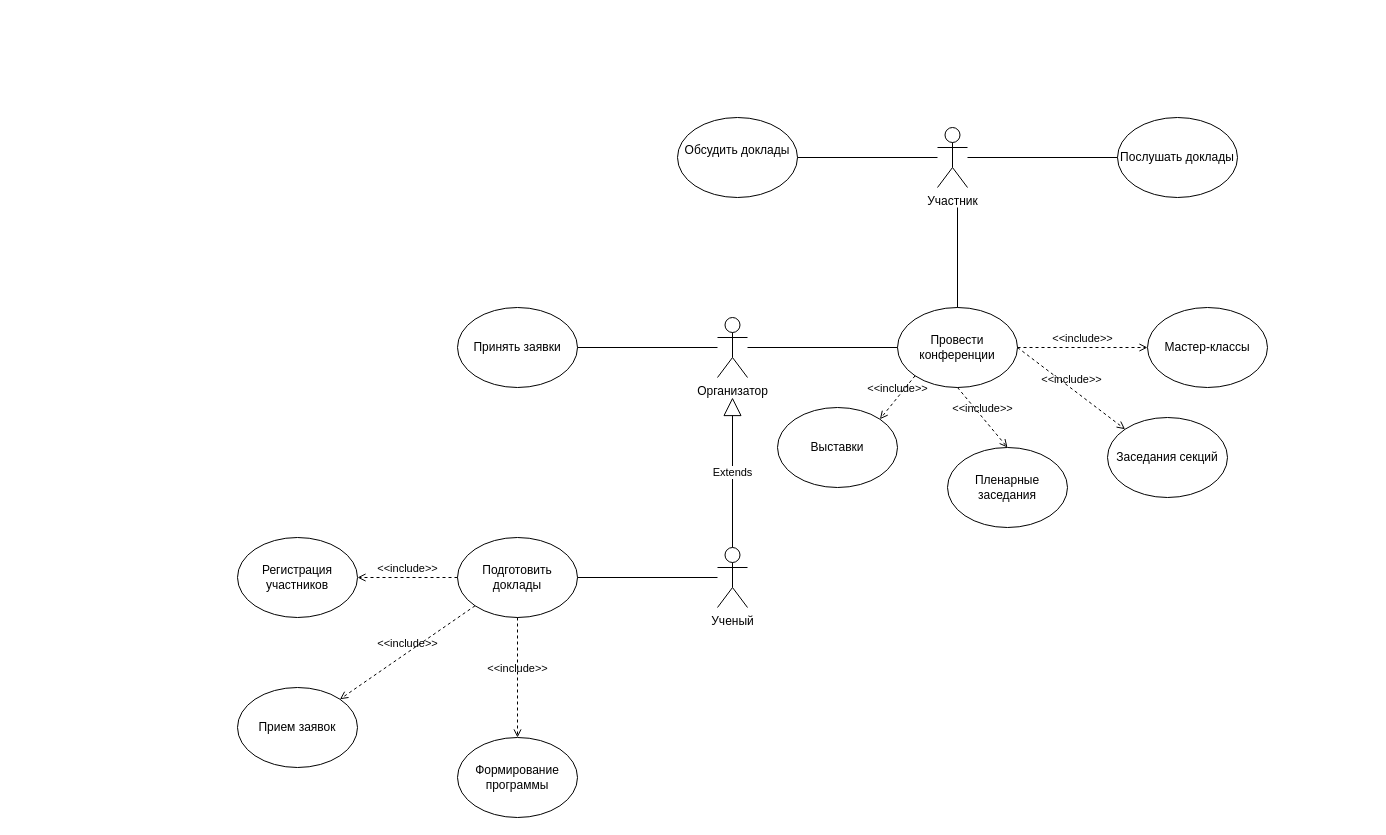
Before: Диаграмма без названия.drawio in makatom15/scientific-conference-, a draw.io diagram. Source tidied: cells renumbered, new cells numbered last; positions are measured from the earlier drawing's top-left corner, leaving out a move shared by most shapes. Both pictures are drawn from the tidied source at 100%, with x=0, y=0 at pixel (237, 117).
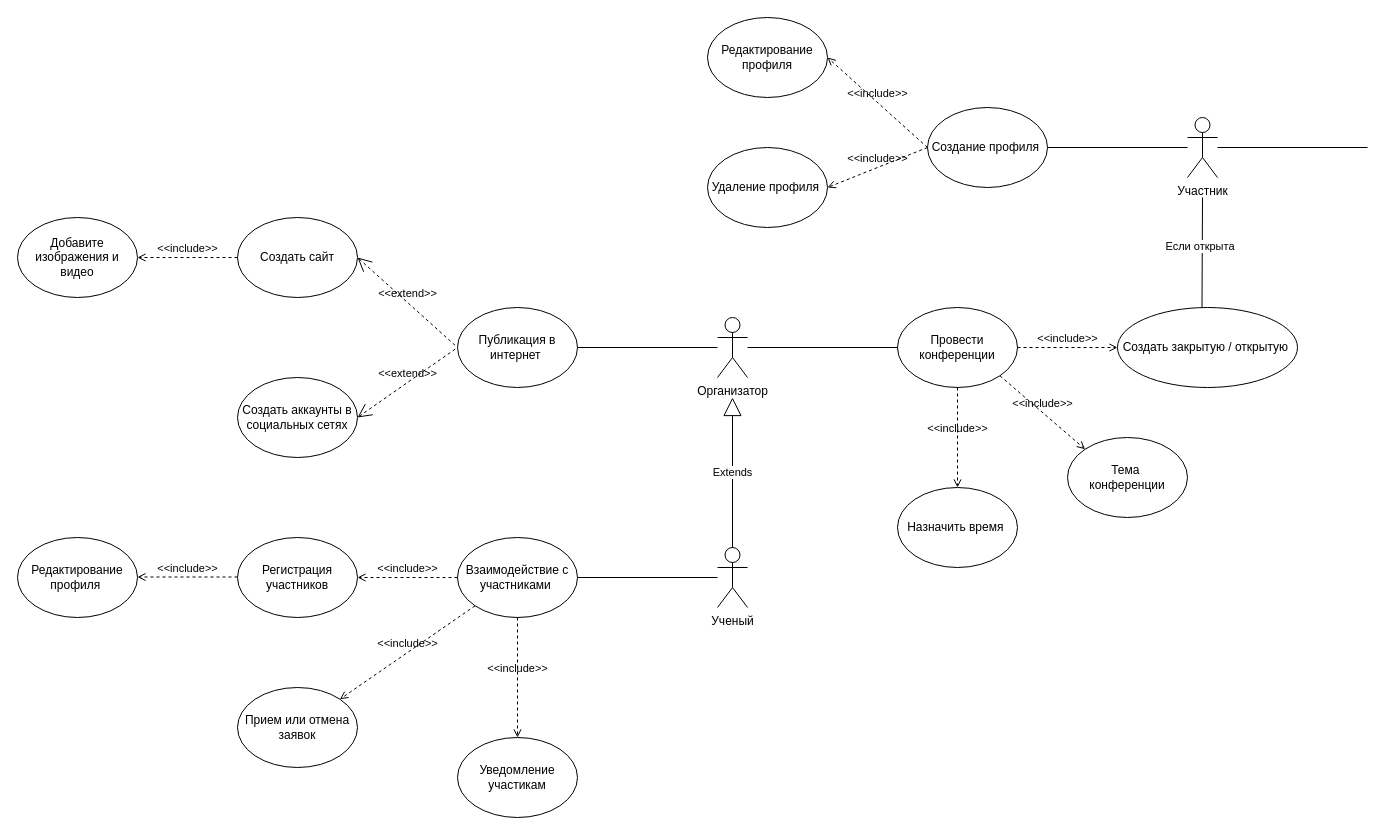
Above is the later version.

The change refers to these unchanged cells:
```xml
<mxCell id="3" value="Организатор" style="shape=umlActor;verticalLabelPosition=bottom;verticalAlign=top;html=1;outlineConnect=0;" parent="1" vertex="1">
  <mxGeometry x="480" y="200" width="30" height="60" as="geometry" />
</mxCell>
<mxCell id="8" value="Провести конференции" style="ellipse;whiteSpace=wrap;html=1;" parent="1" vertex="1">
  <mxGeometry x="660" y="190" width="120" height="80" as="geometry" />
</mxCell>
```

The edit, as a diff of the source:
```diff
@@
-    <mxCell id="4" value="Подготовить доклады" style="ellipse;whiteSpace=wrap;html=1;" parent="1" vertex="1">
+    <mxCell id="4" value="Взаимодействие с участниками&amp;nbsp;" style="ellipse;whiteSpace=wrap;html=1;" parent="1" vertex="1">
       <mxGeometry x="220" y="420" width="120" height="80" as="geometry" />
     </mxCell>
@@
-    <mxCell id="6" value="Принять заявки" style="ellipse;whiteSpace=wrap;html=1;" parent="1" vertex="1">
-      <mxGeometry x="220" y="190" width="120" height="80" as="geometry" />
-    </mxCell>
-    <mxCell id="7" style="endArrow=none;html=1;rounded=0;exitX=1;exitY=0.5;exitDx=0;exitDy=0;" parent="1" edge="1" source="6" target="3">
-      <mxGeometry relative="1" as="geometry" />
+    <mxCell id="7" style="endArrow=none;html=1;rounded=0;exitX=1;exitY=0.5;exitDx=0;exitDy=0;" parent="1" edge="1" target="3">
+      <mxGeometry relative="1" as="geometry">
+        <mxPoint x="340" y="230" as="sourcePoint" />
+      </mxGeometry>
     </mxCell>
@@
     <mxCell id="10" value="Участник" style="shape=umlActor;verticalLabelPosition=bottom;verticalAlign=top;html=1;outlineConnect=0;" parent="1" vertex="1">
-      <mxGeometry x="700" y="10" width="30" height="60" as="geometry" />
+      <mxGeometry x="950" width="30" height="60" as="geometry" />
     </mxCell>
-    <mxCell id="11" value="Послушать доклады" style="ellipse;whiteSpace=wrap;html=1;" parent="1" vertex="1">
-      <mxGeometry x="880" width="120" height="80" as="geometry" />
-    </mxCell>
-    <mxCell id="12" style="endArrow=none;html=1;rounded=0;entryX=0;entryY=0.5;entryDx=0;entryDy=0;" parent="1" edge="1" source="10" target="11">
-      <mxGeometry relative="1" as="geometry" />
+    <mxCell id="12" style="endArrow=none;html=1;rounded=0;entryX=0;entryY=0.5;entryDx=0;entryDy=0;" parent="1" edge="1" source="10">
+      <mxGeometry relative="1" as="geometry">
+        <mxPoint x="1130" y="30" as="targetPoint" />
+      </mxGeometry>
     </mxCell>
-    <mxCell id="13" value="Обсудить доклады&lt;br/&gt;&lt;br/&gt;" style="ellipse;whiteSpace=wrap;html=1;" parent="1" vertex="1">
-      <mxGeometry x="440" width="120" height="80" as="geometry" />
-    </mxCell>
-    <mxCell id="14" style="endArrow=none;html=1;rounded=0;exitX=1;exitY=0.5;exitDx=0;exitDy=0;" parent="1" edge="1" source="13" target="10">
-      <mxGeometry relative="1" as="geometry" />
+    <mxCell id="14" style="endArrow=none;html=1;rounded=0;exitX=1;exitY=0.5;exitDx=0;exitDy=0;" parent="1" edge="1" target="10">
+      <mxGeometry relative="1" as="geometry">
+        <mxPoint x="810" y="30" as="sourcePoint" />
+      </mxGeometry>
     </mxCell>
-    <mxCell id="15" value="Формирование программы" style="ellipse;whiteSpace=wrap;html=1;" parent="1" vertex="1">
+    <mxCell id="15" value="Уведомление участикам" style="ellipse;whiteSpace=wrap;html=1;" parent="1" vertex="1">
       <mxGeometry x="220" y="620" width="120" height="80" as="geometry" />
     </mxCell>
-    <mxCell id="16" value="Прием заявок" style="ellipse;whiteSpace=wrap;html=1;" parent="1" vertex="1">
+    <mxCell id="16" value="Прием или отмена заявок" style="ellipse;whiteSpace=wrap;html=1;" parent="1" vertex="1">
       <mxGeometry y="570" width="120" height="80" as="geometry" />
     </mxCell>
@@
-    <mxCell id="18" value="Пленарные заседания" style="ellipse;whiteSpace=wrap;html=1;" parent="1" vertex="1">
-      <mxGeometry x="710" y="330" width="120" height="80" as="geometry" />
-    </mxCell>
-    <mxCell id="19" value="Заседания секций" style="ellipse;whiteSpace=wrap;html=1;" parent="1" vertex="1">
-      <mxGeometry x="870" y="300" width="120" height="80" as="geometry" />
-    </mxCell>
-    <mxCell id="20" value="Мастер-классы" style="ellipse;whiteSpace=wrap;html=1;" parent="1" vertex="1">
-      <mxGeometry x="910" y="190" width="120" height="80" as="geometry" />
-    </mxCell>
-    <mxCell id="21" value="Выставки" style="ellipse;whiteSpace=wrap;html=1;" parent="1" vertex="1">
-      <mxGeometry x="540" y="290" width="120" height="80" as="geometry" />
-    </mxCell>
-    <mxCell id="22" value="&amp;lt;&amp;lt;include&amp;gt;&amp;gt;" style="edgeStyle=none;html=1;endArrow=open;verticalAlign=bottom;dashed=1;labelBackgroundColor=none;rounded=0;exitX=1;exitY=0.5;exitDx=0;exitDy=0;entryX=0;entryY=0.5;entryDx=0;entryDy=0;" parent="1" edge="1" source="8" target="20">
-      <mxGeometry relative="1" as="geometry" />
-    </mxCell>
-    <mxCell id="23" value="&amp;lt;&amp;lt;include&amp;gt;&amp;gt;" style="edgeStyle=none;html=1;endArrow=open;verticalAlign=bottom;dashed=1;labelBackgroundColor=none;rounded=0;entryX=0;entryY=0;entryDx=0;entryDy=0;exitX=1;exitY=0.5;exitDx=0;exitDy=0;" parent="1" edge="1" source="8" target="19">
-      <mxGeometry relative="1" as="geometry" />
-    </mxCell>
-    <mxCell id="24" value="&amp;lt;&amp;lt;include&amp;gt;&amp;gt;" style="edgeStyle=none;html=1;endArrow=open;verticalAlign=bottom;dashed=1;labelBackgroundColor=none;rounded=0;exitX=0.5;exitY=1;exitDx=0;exitDy=0;entryX=0.5;entryY=0;entryDx=0;entryDy=0;" parent="1" edge="1" source="8" target="18">
-      <mxGeometry relative="1" as="geometry" />
-    </mxCell>
-    <mxCell id="25" value="&amp;lt;&amp;lt;include&amp;gt;&amp;gt;" style="edgeStyle=none;html=1;endArrow=open;verticalAlign=bottom;dashed=1;labelBackgroundColor=none;rounded=0;exitX=0;exitY=1;exitDx=0;exitDy=0;entryX=1;entryY=0;entryDx=0;entryDy=0;" parent="1" edge="1" source="8" target="21">
-      <mxGeometry relative="1" as="geometry" />
-    </mxCell>
@@
-    <mxCell id="30" style="endArrow=none;html=1;rounded=0;exitX=0.5;exitY=0;exitDx=0;exitDy=0;" parent="1" edge="1" source="8">
+    <mxCell id="30" style="endArrow=none;html=1;rounded=0;exitX=0.5;exitY=0;exitDx=0;exitDy=0;" parent="1" edge="1">
       <mxGeometry relative="1" as="geometry">
-        <mxPoint x="720" y="90" as="targetPoint" />
+        <mxPoint x="964.5" y="190" as="sourcePoint" />
+        <mxPoint x="965" y="80" as="targetPoint" />
       </mxGeometry>
     </mxCell>
+    <mxCell id="31" value="Если открыта&amp;nbsp;" style="edgeLabel;html=1;align=center;verticalAlign=middle;" parent="30" vertex="1">
+      <mxGeometry x="0.1" y="1" relative="1" as="geometry" />
+    </mxCell>
+    <mxCell id="32" value="&amp;lt;&amp;lt;include&amp;gt;&amp;gt;" style="edgeStyle=none;html=1;endArrow=open;verticalAlign=bottom;dashed=1;labelBackgroundColor=none;rounded=0;exitX=0;exitY=0.5;exitDx=0;exitDy=0;entryX=1;entryY=0.5;entryDx=0;entryDy=0;" parent="1" edge="1">
+      <mxGeometry relative="1" as="geometry">
+        <mxPoint y="459.5" as="sourcePoint" />
+        <mxPoint x="-100" y="459.5" as="targetPoint" />
+      </mxGeometry>
+    </mxCell>
+    <mxCell id="33" value="Редактирование профиля&amp;nbsp;" style="ellipse;whiteSpace=wrap;html=1;" parent="1" vertex="1">
+      <mxGeometry x="-220" y="420" width="120" height="80" as="geometry" />
+    </mxCell>
+    <mxCell id="34" value="Назначить время&amp;nbsp;" style="ellipse;whiteSpace=wrap;html=1;" parent="1" vertex="1">
+      <mxGeometry x="660" y="370" width="120" height="80" as="geometry" />
+    </mxCell>
+    <mxCell id="24" value="&amp;lt;&amp;lt;include&amp;gt;&amp;gt;" style="edgeStyle=none;html=1;endArrow=open;verticalAlign=bottom;dashed=1;labelBackgroundColor=none;rounded=0;exitX=0.5;exitY=1;exitDx=0;exitDy=0;entryX=0.5;entryY=0;entryDx=0;entryDy=0;" parent="1" edge="1" source="8" target="34">
+      <mxGeometry relative="1" as="geometry" />
+    </mxCell>
+    <mxCell id="35" value="Создать закрытую / открытую&amp;nbsp;" style="ellipse;whiteSpace=wrap;html=1;" parent="1" vertex="1">
+      <mxGeometry x="880" y="190" width="180" height="80" as="geometry" />
+    </mxCell>
+    <mxCell id="22" value="&amp;lt;&amp;lt;include&amp;gt;&amp;gt;" style="edgeStyle=none;html=1;endArrow=open;verticalAlign=bottom;dashed=1;labelBackgroundColor=none;rounded=0;exitX=1;exitY=0.5;exitDx=0;exitDy=0;entryX=0;entryY=0.5;entryDx=0;entryDy=0;" parent="1" edge="1" source="8" target="35">
+      <mxGeometry relative="1" as="geometry" />
+    </mxCell>
+    <mxCell id="36" value="Создание профиля&amp;nbsp;" style="ellipse;whiteSpace=wrap;html=1;" parent="1" vertex="1">
+      <mxGeometry x="690" y="-10" width="120" height="80" as="geometry" />
+    </mxCell>
+    <mxCell id="37" value="Редактирование профиля" style="ellipse;whiteSpace=wrap;html=1;" parent="1" vertex="1">
+      <mxGeometry x="470" y="-100" width="120" height="80" as="geometry" />
+    </mxCell>
+    <mxCell id="38" value="&amp;lt;&amp;lt;include&amp;gt;&amp;gt;" style="edgeStyle=none;html=1;endArrow=open;verticalAlign=bottom;dashed=1;labelBackgroundColor=none;rounded=0;exitX=0;exitY=0.5;exitDx=0;exitDy=0;entryX=1;entryY=0.5;entryDx=0;entryDy=0;" parent="1" edge="1" source="36" target="37">
+      <mxGeometry relative="1" as="geometry" />
+    </mxCell>
+    <mxCell id="39" value="Удаление профиля&amp;nbsp;" style="ellipse;whiteSpace=wrap;html=1;" parent="1" vertex="1">
+      <mxGeometry x="470" y="30" width="120" height="80" as="geometry" />
+    </mxCell>
+    <mxCell id="40" value="&amp;lt;&amp;lt;include&amp;gt;&amp;gt;" style="edgeStyle=none;html=1;endArrow=open;verticalAlign=bottom;dashed=1;labelBackgroundColor=none;rounded=0;exitX=0;exitY=0.5;exitDx=0;exitDy=0;entryX=1;entryY=0.5;entryDx=0;entryDy=0;" parent="1" edge="1" source="36" target="39">
+      <mxGeometry relative="1" as="geometry" />
+    </mxCell>
+    <mxCell id="41" value="Тема&amp;nbsp;&lt;br&gt;конференции" style="ellipse;whiteSpace=wrap;html=1;" parent="1" vertex="1">
+      <mxGeometry x="830" y="320" width="120" height="80" as="geometry" />
+    </mxCell>
+    <mxCell id="42" value="&amp;lt;&amp;lt;include&amp;gt;&amp;gt;" style="edgeStyle=none;html=1;endArrow=open;verticalAlign=bottom;dashed=1;labelBackgroundColor=none;rounded=0;exitX=1;exitY=1;exitDx=0;exitDy=0;entryX=0;entryY=0;entryDx=0;entryDy=0;" parent="1" edge="1" source="8" target="41">
+      <mxGeometry relative="1" as="geometry" />
+    </mxCell>
+    <mxCell id="43" value="Публикация в интернет&amp;nbsp;" style="ellipse;whiteSpace=wrap;html=1;" parent="1" vertex="1">
+      <mxGeometry x="220" y="190" width="120" height="80" as="geometry" />
+    </mxCell>
+    <mxCell id="44" value="Создать сайт" style="ellipse;whiteSpace=wrap;html=1;" parent="1" vertex="1">
+      <mxGeometry y="100" width="120" height="80" as="geometry" />
+    </mxCell>
+    <mxCell id="45" value="&amp;lt;&amp;lt;extend&amp;gt;&amp;gt;" style="edgeStyle=none;html=1;startArrow=open;endArrow=none;startSize=12;verticalAlign=bottom;dashed=1;labelBackgroundColor=none;rounded=0;entryX=0;entryY=0.5;entryDx=0;entryDy=0;exitX=1;exitY=0.5;exitDx=0;exitDy=0;" parent="1" edge="1" source="44" target="43">
+      <mxGeometry relative="1" as="geometry" />
+    </mxCell>
+    <mxCell id="46" value="Добавите изображения и видео" style="ellipse;whiteSpace=wrap;html=1;" parent="1" vertex="1">
+      <mxGeometry x="-220" y="100" width="120" height="80" as="geometry" />
+    </mxCell>
+    <mxCell id="47" value="&amp;lt;&amp;lt;include&amp;gt;&amp;gt;" style="edgeStyle=none;html=1;endArrow=open;verticalAlign=bottom;dashed=1;labelBackgroundColor=none;rounded=0;exitX=0;exitY=0.5;exitDx=0;exitDy=0;entryX=1;entryY=0.5;entryDx=0;entryDy=0;" parent="1" edge="1" source="44" target="46">
+      <mxGeometry relative="1" as="geometry" />
+    </mxCell>
+    <mxCell id="48" value="Создать аккаунты в социальных сетях" style="ellipse;whiteSpace=wrap;html=1;" parent="1" vertex="1">
+      <mxGeometry y="260" width="120" height="80" as="geometry" />
+    </mxCell>
+    <mxCell id="49" value="&amp;lt;&amp;lt;extend&amp;gt;&amp;gt;" style="edgeStyle=none;html=1;startArrow=open;endArrow=none;startSize=12;verticalAlign=bottom;dashed=1;labelBackgroundColor=none;rounded=0;entryX=0;entryY=0.5;entryDx=0;entryDy=0;exitX=1;exitY=0.5;exitDx=0;exitDy=0;" parent="1" edge="1" source="48" target="43">
+      <mxGeometry relative="1" as="geometry" />
+    </mxCell>
```
